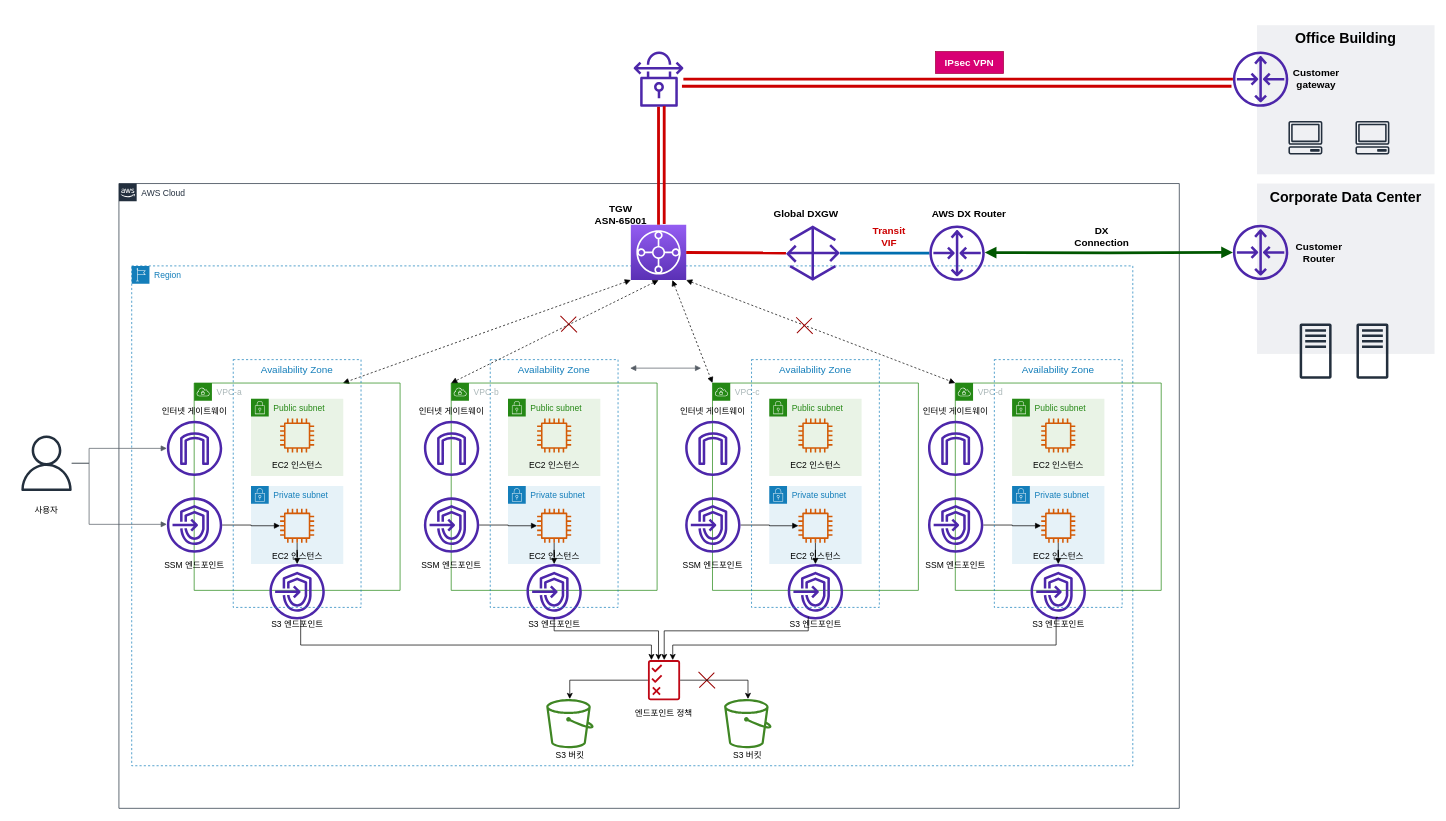
The draw.io diagram Architecture001.drawio in kgpark88/cloud-native, before the edit. Source tidied: cells renumbered, new cells numbered last; positions are measured from the earlier drawing's top-left corner, leaving out a move shared by most shapes. Both pictures are drawn from the tidied source at 71%, with x=0, y=0 at pixel (12, 25).
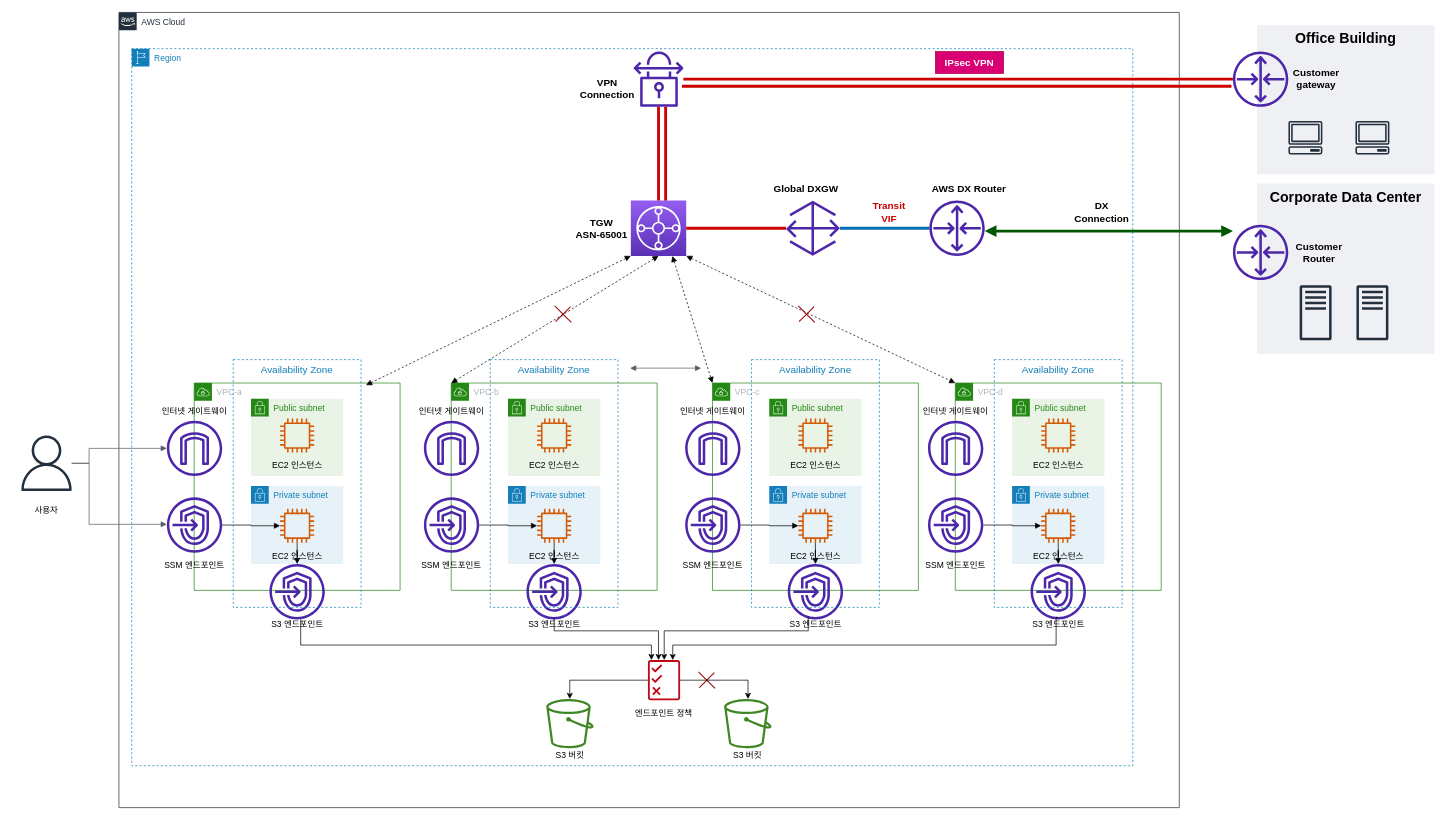
Above is the later version.

The change refers to these unchanged cells:
```xml
<mxCell id="75" style="sketch=0;outlineConnect=0;fontColor=#232F3E;gradientColor=none;fillColor=#4D27AA;strokeColor=none;dashed=0;verticalLabelPosition=bottom;verticalAlign=top;align=center;html=1;fontSize=12;fontStyle=0;shape=mxgraph.aws4.router;" parent="1" vertex="1">
  <mxGeometry x="1719" y="281" width="78" height="78" as="geometry" />
</mxCell>
<mxCell id="87" style="sketch=0;outlineConnect=0;fontColor=#232F3E;gradientColor=none;fillColor=#4D27AA;strokeColor=none;dashed=0;verticalLabelPosition=bottom;verticalAlign=top;align=center;html=1;fontSize=12;fontStyle=0;shape=mxgraph.aws4.vpn_connection;" parent="1" vertex="1">
  <mxGeometry x="875" y="37" width="70" height="78" as="geometry" />
</mxCell>
<mxCell id="105" value="Availability Zone" style="fillColor=none;strokeColor=#147EBA;dashed=1;verticalAlign=top;fontStyle=0;fontColor=#147EBA;fontSize=14;" parent="92" vertex="1">
  <mxGeometry x="114" width="180" height="349" as="geometry" />
</mxCell>
```

Diff of the diagram source:
```diff
@@
     <mxCell id="3" value="Region" style="gradientColor=none;html=1;whiteSpace=wrap;fontSize=12;fontStyle=0;shape=mxgraph.aws4.group;grIcon=mxgraph.aws4.group_region;strokeColor=#147EBA;fillColor=none;verticalAlign=top;align=left;spacingLeft=30;fontColor=#147EBA;dashed=1;" parent="1" vertex="1">
-      <mxGeometry x="168" y="339" width="1410" height="704" as="geometry" />
+      <mxGeometry x="168" y="33" width="1410" height="1010" as="geometry" />
     </mxCell>
     <mxCell id="4" style="sketch=0;points=[[0,0,0],[0.25,0,0],[0.5,0,0],[0.75,0,0],[1,0,0],[0,1,0],[0.25,1,0],[0.5,1,0],[0.75,1,0],[1,1,0],[0,0.25,0],[0,0.5,0],[0,0.75,0],[1,0.25,0],[1,0.5,0],[1,0.75,0]];outlineConnect=0;fontColor=#232F3E;gradientColor=#945DF2;gradientDirection=north;fillColor=#5A30B5;strokeColor=#ffffff;dashed=0;verticalLabelPosition=bottom;verticalAlign=top;align=center;html=1;fontSize=12;fontStyle=0;shape=mxgraph.aws4.resourceIcon;resIcon=mxgraph.aws4.transit_gateway;" parent="3" vertex="1">
-      <mxGeometry x="703" y="-58" width="78" height="78" as="geometry" />
+      <mxGeometry x="703" y="214" width="78" height="78" as="geometry" />
     </mxCell>
-    <mxCell id="5" style="html=1;endArrow=block;elbow=vertical;startArrow=block;startFill=1;endFill=1;strokeColor=#000000;rounded=0;fontSize=14;entryX=0.75;entryY=0;entryDx=0;entryDy=0;dashed=1;exitX=0;exitY=1;exitDx=0;exitDy=0;exitPerimeter=0;" parent="3" edge="1" source="4">
-      <mxGeometry relative="1" as="geometry">
-        <mxPoint x="297.5" y="165" as="targetPoint" />
-      </mxGeometry>
-    </mxCell>
     <mxCell id="6" value="AWS Cloud" style="gradientColor=none;html=1;whiteSpace=wrap;fontSize=12;fontStyle=0;shape=mxgraph.aws4.group;grIcon=mxgraph.aws4.group_aws_cloud_alt;strokeColor=#232F3E;fillColor=none;verticalAlign=top;align=left;spacingLeft=30;fontColor=#232F3E;dashed=0;" parent="1" vertex="1">
-      <mxGeometry x="150" y="223" width="1493.5" height="880" as="geometry" />
+      <mxGeometry x="150" y="-18" width="1493.5" height="1120" as="geometry" />
     </mxCell>
     <mxCell id="7" value="TGW&lt;br style=&quot;font-size: 14px;&quot;&gt;ASN-65001" style="rounded=0;whiteSpace=wrap;html=1;strokeColor=none;fillColor=none;fontSize=14;fontStyle=1;" parent="6" vertex="1">
-      <mxGeometry x="659.2" y="27" width="96" height="31" as="geometry" />
+      <mxGeometry x="632.2" y="288" width="96" height="31" as="geometry" />
     </mxCell>
     <mxCell id="8" style="shape=cross;whiteSpace=wrap;html=1;strokeColor=none;fontSize=14;fillColor=#990000;size=0.046511627906976744;rotation=45;" parent="6" vertex="1">
-      <mxGeometry x="617" y="183" width="33" height="30" as="geometry" />
+      <mxGeometry x="609" y="410" width="33" height="30" as="geometry" />
     </mxCell>
@@
     <mxCell id="10" style="sketch=0;outlineConnect=0;fontColor=#232F3E;gradientColor=none;fillColor=#4D27AA;strokeColor=none;dashed=0;verticalLabelPosition=bottom;verticalAlign=top;align=center;html=1;fontSize=12;fontStyle=0;shape=mxgraph.aws4.gateway;" parent="6" vertex="1">
-      <mxGeometry x="939.5" y="59" width="76" height="78" as="geometry" />
+      <mxGeometry x="939.5" y="265" width="76" height="78" as="geometry" />
     </mxCell>
     <mxCell id="11" style="sketch=0;outlineConnect=0;fontColor=#232F3E;gradientColor=none;fillColor=#4D27AA;strokeColor=none;dashed=0;verticalLabelPosition=bottom;verticalAlign=top;align=center;html=1;fontSize=12;fontStyle=0;shape=mxgraph.aws4.router;" parent="6" vertex="1">
-      <mxGeometry x="1141.5" y="59" width="78" height="78" as="geometry" />
+      <mxGeometry x="1141.5" y="265" width="78" height="78" as="geometry" />
     </mxCell>
     <mxCell id="12" value="AWS DX Router" style="rounded=0;whiteSpace=wrap;html=1;strokeColor=none;fillColor=none;fontSize=14;fontStyle=1;" parent="6" vertex="1">
-      <mxGeometry x="1132.5" y="27" width="128.5" height="31" as="geometry" />
+      <mxGeometry x="1132.5" y="233" width="128.5" height="31" as="geometry" />
     </mxCell>
-    <mxCell id="13" style="edgeStyle=orthogonalEdgeStyle;html=1;endArrow=block;elbow=vertical;startArrow=block;startFill=1;endFill=1;strokeColor=#005700;rounded=0;fontSize=13;fontColor=#000000;strokeWidth=4;fillColor=#008a00;" parent="6" edge="1" target="75">
-      <mxGeometry relative="1" as="geometry">
-        <mxPoint x="1219.5" y="97.2" as="sourcePoint" />
-      </mxGeometry>
-    </mxCell>
     <mxCell id="14" value="&lt;font color=&quot;#cc0000&quot;&gt;Transit &lt;br&gt;VIF&lt;/font&gt;" style="rounded=0;whiteSpace=wrap;html=1;strokeColor=none;fillColor=none;fontSize=14;fontStyle=1;" parent="6" vertex="1">
-      <mxGeometry x="1036.5" y="59" width="96" height="31" as="geometry" />
+      <mxGeometry x="1036.5" y="265" width="96" height="31" as="geometry" />
     </mxCell>
     <mxCell id="15" value="Global DXGW" style="rounded=0;whiteSpace=wrap;html=1;strokeColor=none;fillColor=none;fontSize=14;fontStyle=1;" parent="6" vertex="1">
-      <mxGeometry x="919.5" y="27" width="96" height="31" as="geometry" />
+      <mxGeometry x="919.5" y="233" width="96" height="31" as="geometry" />
     </mxCell>
     <mxCell id="16" value="DX &lt;br&gt;Connection" style="rounded=0;whiteSpace=wrap;html=1;strokeColor=none;fillColor=none;fontSize=14;fontStyle=1;" parent="6" vertex="1">
-      <mxGeometry x="1320" y="59" width="128.5" height="31" as="geometry" />
+      <mxGeometry x="1320" y="265" width="128.5" height="31" as="geometry" />
     </mxCell>
+    <mxCell id="123" value="&lt;div&gt;VPN&lt;/div&gt;&lt;div&gt;Connection&lt;br&gt;&lt;/div&gt;" style="rounded=0;whiteSpace=wrap;html=1;strokeColor=none;fillColor=none;fontSize=14;fontStyle=1;" parent="6" vertex="1">
+      <mxGeometry x="640" y="91" width="96" height="31" as="geometry" />
+    </mxCell>
@@
     <mxCell id="18" style="shape=cross;whiteSpace=wrap;html=1;strokeColor=none;fontSize=14;fillColor=#990000;size=0.046511627906976744;rotation=45;" parent="1" vertex="1">
-      <mxGeometry x="1099" y="408" width="33" height="30" as="geometry" />
+      <mxGeometry x="1102" y="392" width="33" height="30" as="geometry" />
     </mxCell>
@@
     <mxCell id="78" style="sketch=0;fontColor=#232F3E;gradientColor=none;fillColor=#232F3D;strokeColor=none;dashed=0;verticalLabelPosition=bottom;verticalAlign=top;align=center;html=1;fontSize=12;fontStyle=0;shape=mxgraph.aws4.traditional_server;" parent="1" vertex="1">
-      <mxGeometry x="1813" y="420" width="45" height="78" as="geometry" />
+      <mxGeometry x="1813" y="366" width="45" height="78" as="geometry" />
     </mxCell>
     <mxCell id="79" style="sketch=0;fontColor=#232F3E;gradientColor=none;fillColor=#232F3D;strokeColor=none;dashed=0;verticalLabelPosition=bottom;verticalAlign=top;align=center;html=1;fontSize=12;fontStyle=0;shape=mxgraph.aws4.traditional_server;" parent="1" vertex="1">
-      <mxGeometry x="1893" y="420" width="45" height="78" as="geometry" />
+      <mxGeometry x="1893" y="366" width="45" height="78" as="geometry" />
     </mxCell>
@@
-    <mxCell id="88" style="edgeStyle=none;rounded=0;jettySize=auto;html=1;strokeWidth=4;fontSize=20;fontColor=#CC0000;endArrow=none;endFill=0;strokeColor=#CC0000;exitX=0.5;exitY=0;exitDx=0;exitDy=0;exitPerimeter=0;" parent="1" edge="1" source="4" target="87">
-      <mxGeometry relative="1" as="geometry" />
-    </mxCell>
@@
-    <mxCell id="91" style="edgeStyle=none;rounded=0;orthogonalLoop=1;jettySize=auto;html=1;strokeWidth=4;fontSize=20;fontColor=#CC0000;endArrow=none;endFill=0;strokeColor=#CC0000;exitX=0.5;exitY=0;exitDx=0;exitDy=0;exitPerimeter=0;" parent="1" edge="1">
-      <mxGeometry relative="1" as="geometry">
-        <mxPoint x="918" y="280" as="sourcePoint" />
-        <mxPoint x="918" y="113.9" as="targetPoint" />
-      </mxGeometry>
-    </mxCell>
@@
+    <mxCell id="5" style="html=1;endArrow=block;elbow=vertical;startArrow=block;startFill=1;endFill=1;strokeColor=#000000;rounded=0;fontSize=14;entryX=1.039;entryY=0.103;entryDx=0;entryDy=0;dashed=1;exitX=0;exitY=1;exitDx=0;exitDy=0;exitPerimeter=0;entryPerimeter=0;" parent="1" edge="1" source="4" target="105">
+      <mxGeometry relative="1" as="geometry" />
+    </mxCell>
+    <mxCell id="13" style="edgeStyle=orthogonalEdgeStyle;html=1;endArrow=block;elbow=vertical;startArrow=block;startFill=1;endFill=1;strokeColor=#005700;rounded=0;fontSize=13;fontColor=#000000;strokeWidth=4;fillColor=#008a00;" parent="1" edge="1" source="11" target="75">
+      <mxGeometry relative="1" as="geometry">
+        <Array as="points">
+          <mxPoint x="1490" y="290" />
+          <mxPoint x="1490" y="290" />
+        </Array>
+      </mxGeometry>
+    </mxCell>
+    <mxCell id="91" style="edgeStyle=none;rounded=0;jettySize=auto;html=1;strokeWidth=4;fontSize=20;fontColor=#CC0000;endArrow=none;endFill=0;strokeColor=#CC0000;" parent="1" edge="1" source="4" target="87">
+      <mxGeometry relative="1" as="geometry" />
+    </mxCell>
+    <mxCell id="124" style="edgeStyle=none;rounded=0;orthogonalLoop=1;jettySize=auto;html=1;strokeWidth=4;fontSize=20;fontColor=#CC0000;endArrow=none;endFill=0;strokeColor=#CC0000;" parent="1" edge="1">
+      <mxGeometry relative="1" as="geometry">
+        <mxPoint x="920" y="247" as="sourcePoint" />
+        <mxPoint x="920" y="114.9" as="targetPoint" />
+      </mxGeometry>
+    </mxCell>
```
